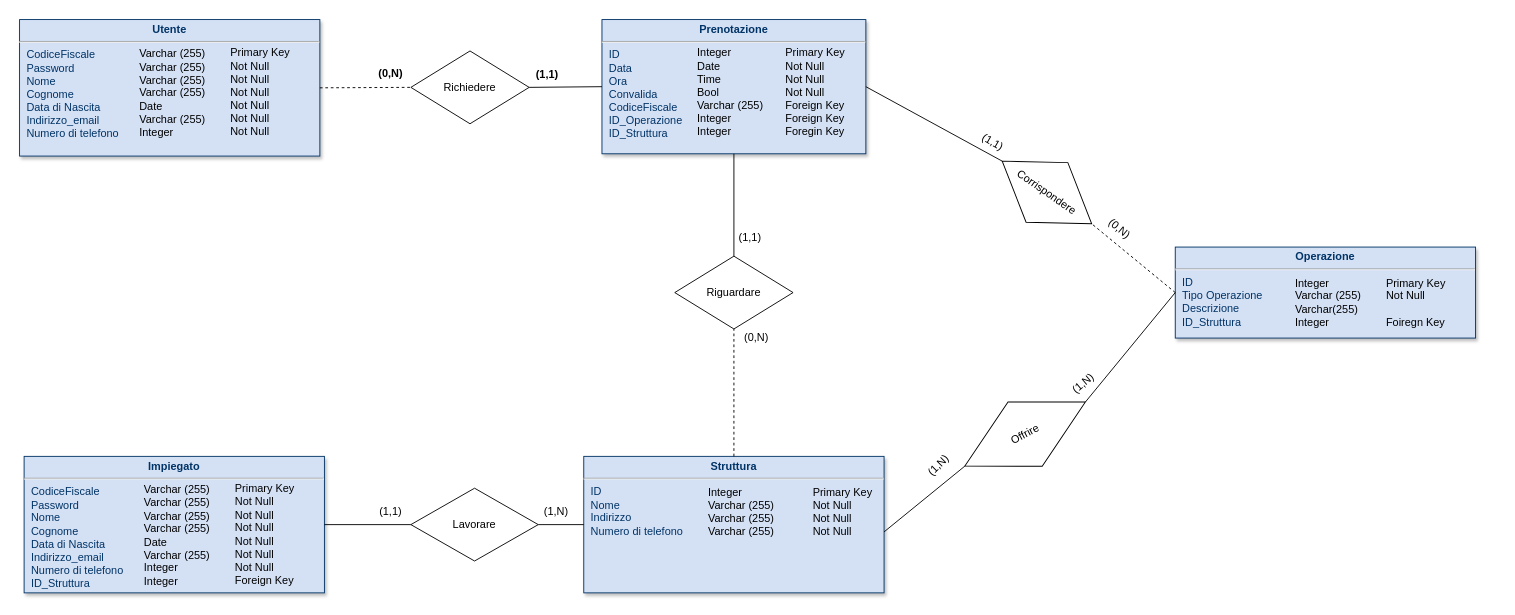
This is Documenti/SDD/DataBase/Database.drawio from Givaa/MedQueue, a draw.io file, before an edit. Source tidied: cells renumbered, new cells numbered last; positions are measured from the earlier drawing's top-left corner, leaving out a move shared by most shapes. Both pictures are drawn from the tidied source at 91%, with x=0, y=0 at pixel (19, 19).
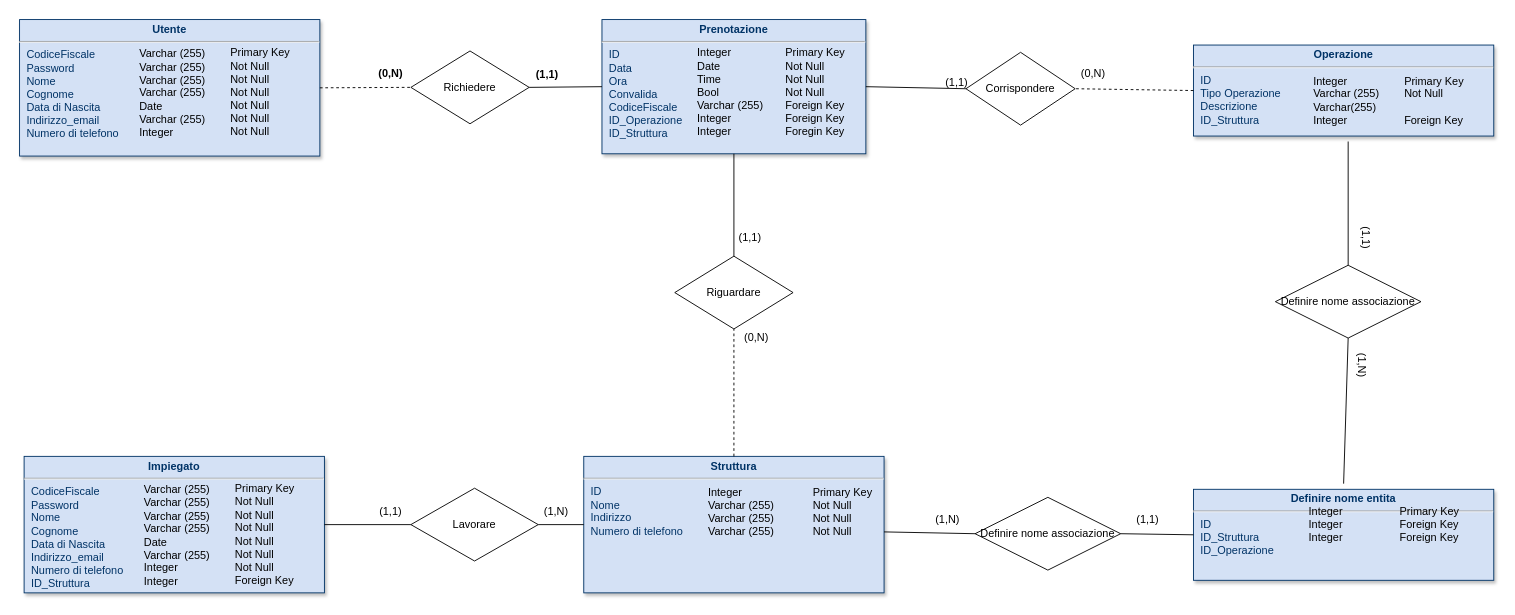
Above is the later version.

The change refers to these unchanged cells:
```xml
<mxCell id="19" value="Primary Key&lt;br&gt;Not Null&lt;br&gt;Not Null&lt;br&gt;Not Null&lt;br&gt;" style="rounded=0;whiteSpace=wrap;html=1;fillColor=none;align=left;strokeColor=none;" parent="1" vertex="1">
  <mxGeometry x="870" y="495.5" width="80" height="90" as="geometry" />
</mxCell>
```

Diff of the diagram source:
```diff
@@
     <mxCell id="30" value="&lt;p style=&quot;margin: 4px 0px 0px ; text-align: center&quot;&gt;&lt;b&gt;Operazione&lt;/b&gt;&lt;/p&gt;&lt;hr&gt;&lt;p style=&quot;margin: 0px ; margin-left: 8px&quot;&gt;ID&lt;/p&gt;&lt;p style=&quot;margin: 0px ; margin-left: 8px&quot;&gt;Tipo Operazione&lt;/p&gt;&lt;p style=&quot;margin: 0px ; margin-left: 8px&quot;&gt;Descrizione&lt;/p&gt;&lt;p style=&quot;margin: 0px ; margin-left: 8px&quot;&gt;ID_Struttura&lt;/p&gt;" style="verticalAlign=top;align=left;overflow=fill;fontSize=12;fontFamily=Helvetica;html=1;strokeColor=#003366;shadow=1;fillColor=#D4E1F5;fontColor=#003366;" parent="1" vertex="1">
-      <mxGeometry x="1270" y="250" width="330" height="100" as="geometry" />
+      <mxGeometry x="1290" y="28" width="330" height="100" as="geometry" />
     </mxCell>
     <mxCell id="31" value="Integer&lt;br&gt;Varchar (255)&lt;br&gt;Varchar(255)&lt;br&gt;Integer" style="rounded=0;whiteSpace=wrap;html=1;fillColor=none;align=left;strokeColor=none;" parent="1" vertex="1">
-      <mxGeometry x="1400" y="266" width="80" height="90" as="geometry" />
+      <mxGeometry x="1420" y="44" width="80" height="90" as="geometry" />
     </mxCell>
-    <mxCell id="32" value="Primary Key&lt;br&gt;Not Null&lt;br&gt;&lt;br&gt;Foiregn Key" style="rounded=0;whiteSpace=wrap;html=1;fillColor=none;align=left;strokeColor=none;" parent="1" vertex="1">
-      <mxGeometry x="1500" y="266" width="80" height="90" as="geometry" />
+    <mxCell id="32" value="Primary Key&lt;br&gt;Not Null&lt;br&gt;&lt;br&gt;Foreign Key" style="rounded=0;whiteSpace=wrap;html=1;fillColor=none;align=left;strokeColor=none;" parent="1" vertex="1">
+      <mxGeometry x="1520" y="44" width="80" height="90" as="geometry" />
     </mxCell>
-    <mxCell id="33" value="Corrispondere" style="rhombus;whiteSpace=wrap;html=1;fillColor=none;rotation=35;" parent="1" vertex="1">
-      <mxGeometry x="1069" y="150" width="120" height="80" as="geometry" />
+    <mxCell id="33" value="Corrispondere" style="rhombus;whiteSpace=wrap;html=1;fillColor=none;rotation=0;" parent="1" vertex="1">
+      <mxGeometry x="1040" y="36" width="120" height="80" as="geometry" />
     </mxCell>
@@
-    <mxCell id="36" value="(1,1)" style="text;html=1;strokeColor=none;fillColor=none;align=center;verticalAlign=middle;whiteSpace=wrap;rounded=0;rotation=30;" parent="1" vertex="1">
-      <mxGeometry x="1050" y="124.5" width="40" height="20" as="geometry" />
+    <mxCell id="36" value="(1,1)" style="text;html=1;strokeColor=none;fillColor=none;align=center;verticalAlign=middle;whiteSpace=wrap;rounded=0;rotation=0;" parent="1" vertex="1">
+      <mxGeometry x="1220" y="540" width="40" height="20" as="geometry" />
     </mxCell>
-    <mxCell id="37" value="(0,N)" style="text;html=1;strokeColor=none;fillColor=none;align=center;verticalAlign=middle;whiteSpace=wrap;rounded=0;rotation=40;" parent="1" vertex="1">
-      <mxGeometry x="1189" y="220" width="40" height="20" as="geometry" />
+    <mxCell id="37" value="(0,N)" style="text;html=1;strokeColor=none;fillColor=none;align=center;verticalAlign=middle;whiteSpace=wrap;rounded=0;rotation=0;" parent="1" vertex="1">
+      <mxGeometry x="1160" y="50" width="40" height="20" as="geometry" />
     </mxCell>
-    <mxCell id="38" value="Offrire" style="rhombus;whiteSpace=wrap;html=1;fillColor=none;rotation=-28;" parent="1" vertex="1">
-      <mxGeometry x="1030" y="415.5" width="150" height="80" as="geometry" />
-    </mxCell>
-    <mxCell id="39" style="endArrow=none;html=1;exitX=1;exitY=0.75;exitDx=0;exitDy=0;entryX=0;entryY=0.5;entryDx=0;entryDy=0;" parent="1" edge="1" source="19" target="38">
-      <mxGeometry relative="1" as="geometry" />
-    </mxCell>
-    <mxCell id="40" style="endArrow=none;html=1;exitX=1;exitY=0.5;exitDx=0;exitDy=0;entryX=0;entryY=0.5;entryDx=0;entryDy=0;" parent="1" edge="1" source="38" target="30">
-      <mxGeometry relative="1" as="geometry" />
-    </mxCell>
-    <mxCell id="41" value="(1,N)" style="text;html=1;strokeColor=none;fillColor=none;align=center;verticalAlign=middle;whiteSpace=wrap;rounded=0;rotation=-40;" parent="1" vertex="1">
-      <mxGeometry x="1149" y="390" width="40" height="20" as="geometry" />
-    </mxCell>
-    <mxCell id="42" value="(1,N)" style="text;html=1;strokeColor=none;fillColor=none;align=center;verticalAlign=middle;whiteSpace=wrap;rounded=0;rotation=-45;" parent="1" vertex="1">
-      <mxGeometry x="990" y="480" width="40" height="20" as="geometry" />
-    </mxCell>
+    <mxCell id="43" value="&lt;p style=&quot;margin: 4px 0px 0px ; text-align: center&quot;&gt;&lt;b&gt;Definire nome entita&lt;/b&gt;&lt;/p&gt;&lt;hr&gt;&lt;p style=&quot;margin: 0px ; margin-left: 8px&quot;&gt;ID&lt;/p&gt;&lt;p style=&quot;margin: 0px ; margin-left: 8px&quot;&gt;ID_Struttura&lt;/p&gt;&lt;p style=&quot;margin: 0px ; margin-left: 8px&quot;&gt;ID_Operazione&lt;/p&gt;" style="verticalAlign=top;align=left;overflow=fill;fontSize=12;fontFamily=Helvetica;html=1;strokeColor=#003366;shadow=1;fillColor=#D4E1F5;fontColor=#003366;" parent="1" vertex="1">
+      <mxGeometry x="1290" y="516.2" width="330" height="100" as="geometry" />
+    </mxCell>
+    <mxCell id="44" value="Integer&lt;br&gt;Integer&lt;br&gt;Integer" style="rounded=0;whiteSpace=wrap;html=1;fillColor=none;align=left;strokeColor=none;" parent="1" vertex="1">
+      <mxGeometry x="1415" y="510" width="80" height="90" as="geometry" />
+    </mxCell>
+    <mxCell id="45" value="Primary Key&lt;br&gt;Foreign Key&lt;br&gt;Foreign Key" style="rounded=0;whiteSpace=wrap;html=1;fillColor=none;align=left;strokeColor=none;" parent="1" vertex="1">
+      <mxGeometry x="1515" y="510" width="80" height="90" as="geometry" />
+    </mxCell>
+    <mxCell id="46" value="Definire nome associazione" style="rhombus;whiteSpace=wrap;html=1;" parent="1" vertex="1">
+      <mxGeometry x="1050" y="525" width="160" height="80" as="geometry" />
+    </mxCell>
+    <mxCell id="47" style="endArrow=none;html=1;exitX=1;exitY=0.75;exitDx=0;exitDy=0;entryX=0;entryY=0.5;entryDx=0;entryDy=0;" parent="1" edge="1" source="19" target="46">
+      <mxGeometry relative="1" as="geometry" />
+    </mxCell>
+    <mxCell id="48" style="endArrow=none;html=1;exitX=1;exitY=0.5;exitDx=0;exitDy=0;entryX=0;entryY=0.5;entryDx=0;entryDy=0;" parent="1" edge="1" source="46" target="43">
+      <mxGeometry relative="1" as="geometry" />
+    </mxCell>
+    <mxCell id="49" value="Definire nome associazione" style="rhombus;whiteSpace=wrap;html=1;" parent="1" vertex="1">
+      <mxGeometry x="1380" y="270" width="160" height="80" as="geometry" />
+    </mxCell>
+    <mxCell id="50" style="endArrow=none;html=1;entryX=0.5;entryY=0;entryDx=0;entryDy=0;exitX=0.5;exitY=1;exitDx=0;exitDy=0;" parent="1" edge="1" source="31" target="49">
+      <mxGeometry relative="1" as="geometry" />
+    </mxCell>
+    <mxCell id="51" style="endArrow=none;html=1;entryX=0.5;entryY=1;entryDx=0;entryDy=0;exitX=0.5;exitY=0;exitDx=0;exitDy=0;" parent="1" edge="1" source="44" target="49">
+      <mxGeometry relative="1" as="geometry" />
+    </mxCell>
+    <mxCell id="52" value="(1,1)" style="text;html=1;strokeColor=none;fillColor=none;align=center;verticalAlign=middle;whiteSpace=wrap;rounded=0;rotation=0;" parent="1" vertex="1">
+      <mxGeometry x="1010" y="60" width="40" height="20" as="geometry" />
+    </mxCell>
+    <mxCell id="53" value="(1,N)" style="text;html=1;strokeColor=none;fillColor=none;align=center;verticalAlign=middle;whiteSpace=wrap;rounded=0;" parent="1" vertex="1">
+      <mxGeometry x="1000" y="540" width="40" height="20" as="geometry" />
+    </mxCell>
+    <mxCell id="54" value="(1,N)" style="text;html=1;strokeColor=none;fillColor=none;align=center;verticalAlign=middle;whiteSpace=wrap;rounded=0;rotation=90;" parent="1" vertex="1">
+      <mxGeometry x="1455" y="370" width="40" height="20" as="geometry" />
+    </mxCell>
+    <mxCell id="55" value="(1,1)" style="text;html=1;strokeColor=none;fillColor=none;align=center;verticalAlign=middle;whiteSpace=wrap;rounded=0;rotation=90;" parent="1" vertex="1">
+      <mxGeometry x="1460" y="230" width="40" height="20" as="geometry" />
+    </mxCell>
```
